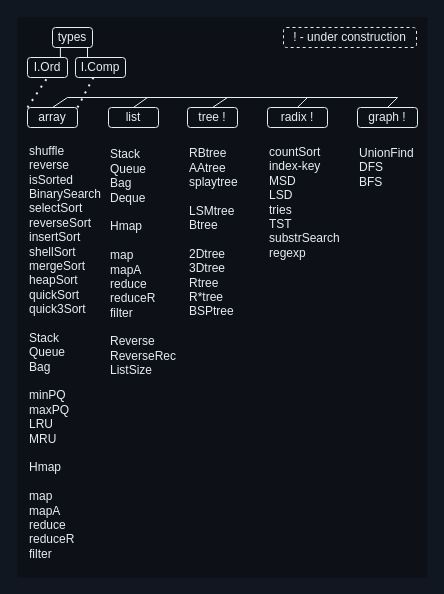
kselnaag/algos keeps this draw.io diagram as pics/algos.drawio. Above is the earlier version. Source tidied: cells renumbered, new cells numbered last; positions are measured from the earlier drawing's top-left corner, leaving out a move shared by most shapes. Both pictures are drawn from the tidied source at 100%, with x=0, y=0 at pixel (17, 17).
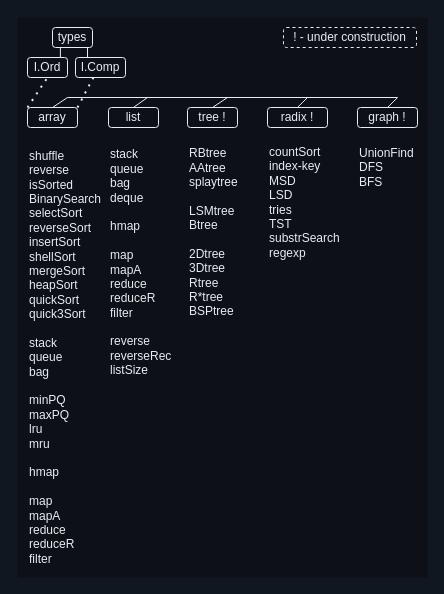
The same page after the edit.

What changed in the source:
```diff
@@
-    <mxCell id="8" value="&lt;font color=&quot;#e6edf3&quot;&gt;shuffle&lt;br&gt;reverse&lt;br&gt;isSorted&lt;br&gt;BinarySearch&lt;br&gt;selectSort&lt;br&gt;reverseSort&lt;br&gt;insertSort&lt;br&gt;shellSort&lt;br&gt;mergeSort&lt;br&gt;heapSort&lt;br&gt;quickSort&lt;br&gt;quick3Sort&lt;br&gt;&lt;br&gt;Stack&lt;br&gt;Queue&lt;br&gt;Bag&lt;br&gt;&lt;br&gt;minPQ&lt;br&gt;maxPQ&lt;br&gt;LRU&lt;br&gt;MRU&lt;br&gt;&lt;br&gt;Hmap&lt;br&gt;&lt;br&gt;map&lt;br&gt;mapA&lt;br&gt;reduce&lt;br&gt;reduceR&lt;br&gt;filter&lt;/font&gt;" style="text;html=1;strokeColor=none;fillColor=none;align=left;verticalAlign=middle;whiteSpace=wrap;rounded=0;fontColor=#000000;" parent="1" vertex="1">
-      <mxGeometry x="10" y="130" width="80" height="410" as="geometry" />
+    <mxCell id="8" value="&lt;font color=&quot;#e6edf3&quot;&gt;shuffle&lt;br&gt;reverse&lt;br&gt;isSorted&lt;br&gt;BinarySearch&lt;br&gt;selectSort&lt;br&gt;reverseSort&lt;br&gt;insertSort&lt;br&gt;shellSort&lt;br&gt;mergeSort&lt;br&gt;heapSort&lt;br&gt;quickSort&lt;br&gt;quick3Sort&lt;br&gt;&lt;br&gt;stack&lt;br&gt;queue&lt;br&gt;bag&lt;br&gt;&lt;br&gt;minPQ&lt;br&gt;maxPQ&lt;br&gt;lru&lt;br&gt;mru&lt;br&gt;&lt;br&gt;hmap&lt;br&gt;&lt;br&gt;map&lt;br&gt;mapA&lt;br&gt;reduce&lt;br&gt;reduceR&lt;br&gt;filter&lt;/font&gt;" style="text;html=1;strokeColor=none;fillColor=none;align=left;verticalAlign=middle;whiteSpace=wrap;rounded=0;fontColor=#000000;" parent="1" vertex="1">
+      <mxGeometry x="10" y="130" width="80" height="420" as="geometry" />
     </mxCell>
-    <mxCell id="9" value="&lt;font color=&quot;#e6edf3&quot;&gt;Stack&lt;br&gt;Queue&lt;br&gt;Bag&lt;br&gt;Deque&lt;br&gt;&lt;br&gt;Hmap&lt;br&gt;&lt;br&gt;map&lt;br&gt;mapA&lt;br&gt;reduce&lt;br&gt;reduceR&lt;br&gt;filter&lt;br&gt;&lt;br&gt;Reverse&lt;br&gt;ReverseRec&lt;br&gt;ListSize&lt;br&gt;&lt;/font&gt;" style="text;html=1;strokeColor=none;fillColor=none;align=left;verticalAlign=middle;whiteSpace=wrap;rounded=0;fontColor=#000000;" parent="1" vertex="1">
+    <mxCell id="9" value="&lt;font color=&quot;#e6edf3&quot;&gt;stack&lt;br&gt;queue&lt;br&gt;bag&lt;br&gt;deque&lt;br&gt;&lt;br&gt;hmap&lt;br&gt;&lt;br&gt;map&lt;br&gt;mapA&lt;br&gt;reduce&lt;br&gt;reduceR&lt;br&gt;filter&lt;br&gt;&lt;br&gt;reverse&lt;br&gt;reverseRec&lt;br&gt;listSize&lt;br&gt;&lt;/font&gt;" style="text;html=1;strokeColor=none;fillColor=none;align=left;verticalAlign=middle;whiteSpace=wrap;rounded=0;fontColor=#000000;" parent="1" vertex="1">
       <mxGeometry x="91" y="130" width="69" height="230" as="geometry" />
     </mxCell>
```
